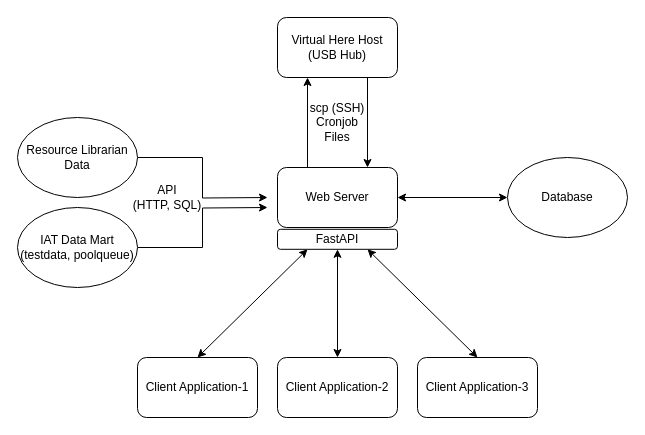
rahulch02/AmplifyApp keeps this draw.io diagram as Untitled Diagram.drawio. Above is the earlier version. Source tidied: cells renumbered, new cells numbered last; positions are measured from the earlier drawing's top-left corner, leaving out a move shared by most shapes. Both pictures are drawn from the tidied source at 100%, with x=0, y=0 at pixel (17, 17).
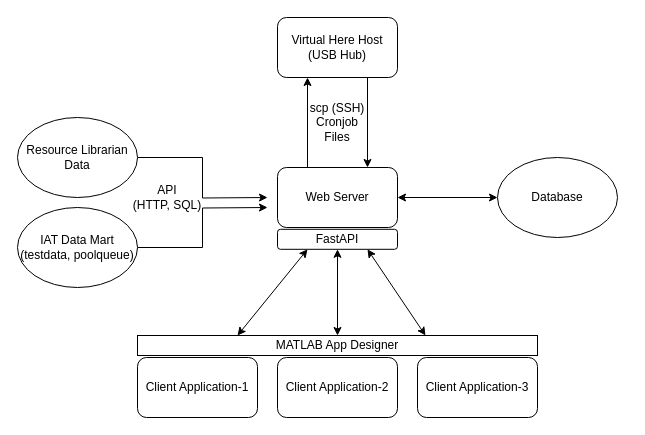
The same page after the edit.

Unchanged cells that the change refers to:
```xml
<mxCell id="4" value="Client Application-1" style="rounded=1;whiteSpace=wrap;html=1;" parent="1" vertex="1">
  <mxGeometry x="120" y="340" width="120" height="60" as="geometry" />
</mxCell>
<mxCell id="5" value="Client Application-2" style="rounded=1;whiteSpace=wrap;html=1;" parent="1" vertex="1">
  <mxGeometry x="260" y="340" width="120" height="60" as="geometry" />
</mxCell>
<mxCell id="6" value="Client Application-3" style="rounded=1;whiteSpace=wrap;html=1;" parent="1" vertex="1">
  <mxGeometry x="400" y="340" width="120" height="60" as="geometry" />
</mxCell>
<mxCell id="17" value="FastAPI" style="rounded=1;whiteSpace=wrap;html=1;" parent="1" vertex="1">
  <mxGeometry x="260" y="211.8" width="120" height="20" as="geometry" />
</mxCell>
```

Diff of the diagram source:
```diff
@@
-    <mxCell id="7" style="endArrow=classic;startArrow=classic;html=1;rounded=0;exitX=0.5;exitY=0;exitDx=0;exitDy=0;strokeWidth=1;entryX=0.25;entryY=1;entryDx=0;entryDy=0;" parent="1" edge="1" source="4" target="17">
+    <mxCell id="7" style="endArrow=classic;startArrow=classic;html=1;rounded=0;exitX=0.25;exitY=0;exitDx=0;exitDy=0;strokeWidth=1;entryX=0.25;entryY=1;entryDx=0;entryDy=0;" parent="1" edge="1" source="21" target="17">
       <mxGeometry relative="1" as="geometry" />
     </mxCell>
-    <mxCell id="8" style="endArrow=classic;startArrow=classic;html=1;rounded=0;exitX=0.5;exitY=0;exitDx=0;exitDy=0;strokeWidth=1;entryX=0.75;entryY=1;entryDx=0;entryDy=0;" parent="1" edge="1" source="6" target="17">
+    <mxCell id="8" style="endArrow=classic;startArrow=classic;html=1;rounded=0;exitX=0.72;exitY=0;exitDx=0;exitDy=0;strokeWidth=1;entryX=0.75;entryY=1;entryDx=0;entryDy=0;exitPerimeter=0;" parent="1" edge="1" source="21" target="17">
       <mxGeometry relative="1" as="geometry" />
     </mxCell>
-    <mxCell id="9" style="endArrow=classic;startArrow=classic;html=1;rounded=0;entryX=0.5;entryY=0;entryDx=0;entryDy=0;exitX=0.5;exitY=1;exitDx=0;exitDy=0;strokeWidth=1;" parent="1" edge="1" source="17" target="5">
+    <mxCell id="9" style="endArrow=classic;startArrow=classic;html=1;rounded=0;entryX=0.5;entryY=0;entryDx=0;entryDy=0;exitX=0.5;exitY=1;exitDx=0;exitDy=0;strokeWidth=1;" parent="1" edge="1" source="17" target="21">
       <mxGeometry relative="1" as="geometry" />
     </mxCell>
     <mxCell id="10" value="Database" style="ellipse;whiteSpace=wrap;html=1;" parent="1" vertex="1">
-      <mxGeometry x="490" y="140" width="120" height="80" as="geometry" />
+      <mxGeometry x="480" y="140" width="120" height="80" as="geometry" />
     </mxCell>
@@
+    <mxCell id="21" value="MATLAB App Designer" style="rounded=0;whiteSpace=wrap;html=1;" parent="1" vertex="1">
+      <mxGeometry x="120" y="318" width="400" height="20" as="geometry" />
+    </mxCell>
```
